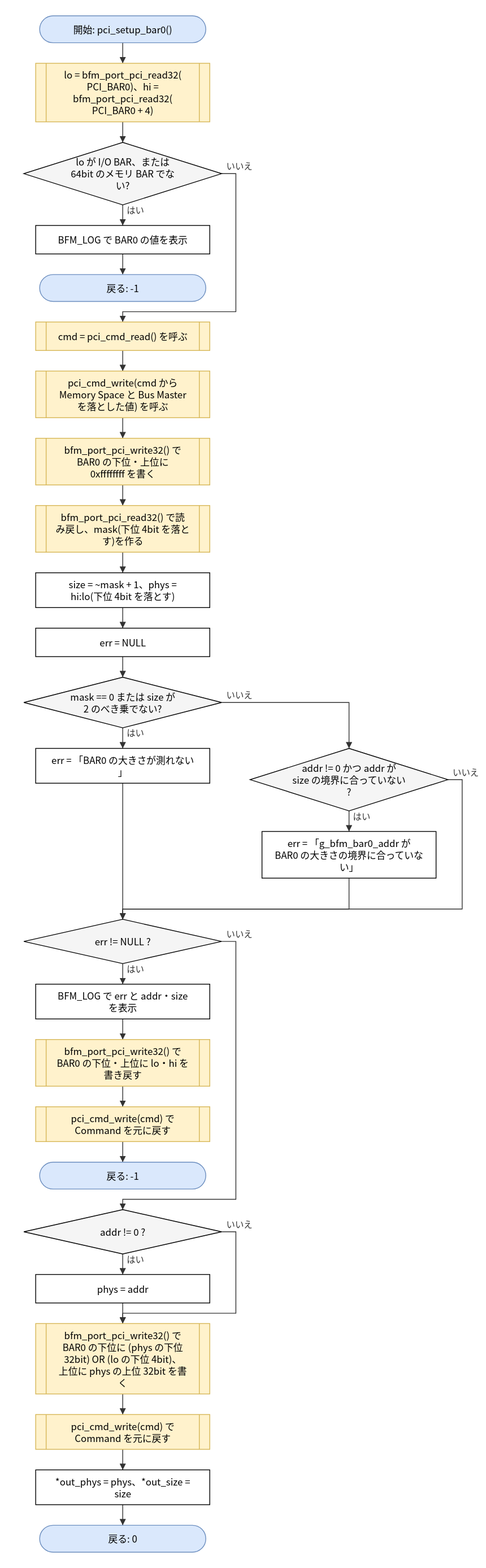
Earlier version of the draw.io export doc/spec/images/flow_src_bfm_pci__pci_setup_bar0.drawio.svg (hf355051012-ai/bfmem). Source tidied: cells renumbered, new cells last; positions are measured from the earlier drawing's top-left corner, leaving out a move shared by most shapes.
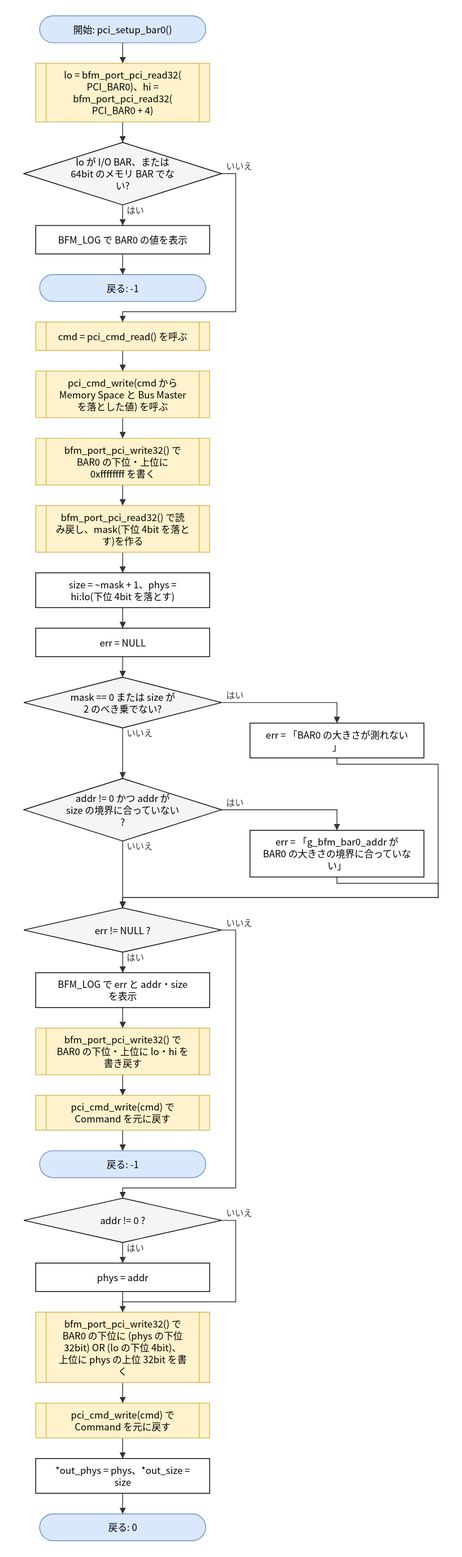
The same diagram one commit later.

The edit, as a diff of the source:
```diff
@@ -39,46 +39,46 @@
       <mxGeometry y="836" width="250" height="64" as="geometry" />
     </mxCell>
     <mxCell id="14" value="err = 「BAR0 の大きさが測れない&lt;br&gt;」" style="rounded=0;whiteSpace=wrap;html=1;" parent="1" vertex="1">
-      <mxGeometry x="15" y="926" width="220" height="44" as="geometry" />
+      <mxGeometry x="286" y="894" width="220" height="44" as="geometry" />
     </mxCell>
     <mxCell id="15" value="addr != 0 かつ addr が&lt;br&gt;size の境界に合っていない&lt;br&gt;?" style="rhombus;whiteSpace=wrap;html=1;fillColor=#f5f5f5;" parent="1" vertex="1">
-      <mxGeometry x="286" y="926" width="250" height="79" as="geometry" />
+      <mxGeometry y="964" width="250" height="79" as="geometry" />
     </mxCell>
     <mxCell id="16" value="err = 「g_bfm_bar0_addr が&lt;br&gt;BAR0 の大きさの境界に合っていな&lt;br&gt;い」" style="rounded=0;whiteSpace=wrap;html=1;" parent="1" vertex="1">
-      <mxGeometry x="301" y="1031" width="220" height="59" as="geometry" />
+      <mxGeometry x="286" y="1029.5" width="220" height="59" as="geometry" />
     </mxCell>
     <mxCell id="17" value="err != NULL ?" style="rhombus;whiteSpace=wrap;html=1;fillColor=#f5f5f5;" parent="1" vertex="1">
-      <mxGeometry y="1142" width="250" height="56" as="geometry" />
+      <mxGeometry y="1127.5" width="250" height="56" as="geometry" />
     </mxCell>
     <mxCell id="18" value="BFM_LOG で err と addr・size&lt;br&gt;を表示" style="rounded=0;whiteSpace=wrap;html=1;" parent="1" vertex="1">
-      <mxGeometry x="15" y="1224" width="220" height="44" as="geometry" />
+      <mxGeometry x="15" y="1209.5" width="220" height="44" as="geometry" />
     </mxCell>
     <mxCell id="19" value="bfm_port_pci_write32() で&lt;br&gt;BAR0 の下位・上位に lo・hi を&lt;br&gt;書き戻す" style="shape=process;whiteSpace=wrap;html=1;backgroundOutline=1;size=0.06;fillColor=#fff2cc;strokeColor=#d6b656;" parent="1" vertex="1">
-      <mxGeometry x="15" y="1294" width="220" height="59" as="geometry" />
+      <mxGeometry x="15" y="1279.5" width="220" height="59" as="geometry" />
     </mxCell>
     <mxCell id="20" value="pci_cmd_write(cmd) で&lt;br&gt;Command を元に戻す" style="shape=process;whiteSpace=wrap;html=1;backgroundOutline=1;size=0.06;fillColor=#fff2cc;strokeColor=#d6b656;" parent="1" vertex="1">
-      <mxGeometry x="15" y="1379" width="220" height="44" as="geometry" />
+      <mxGeometry x="15" y="1364.5" width="220" height="44" as="geometry" />
     </mxCell>
     <mxCell id="21" value="戻る: -1" style="rounded=1;arcSize=50;whiteSpace=wrap;html=1;fillColor=#dae8fc;strokeColor=#6c8ebf;" parent="1" vertex="1">
-      <mxGeometry x="20" y="1449" width="210" height="34" as="geometry" />
+      <mxGeometry x="20" y="1434.5" width="210" height="34" as="geometry" />
     </mxCell>
     <mxCell id="22" value="addr != 0 ?" style="rhombus;whiteSpace=wrap;html=1;fillColor=#f5f5f5;" parent="1" vertex="1">
-      <mxGeometry y="1509" width="250" height="56" as="geometry" />
+      <mxGeometry y="1494.5" width="250" height="56" as="geometry" />
     </mxCell>
     <mxCell id="23" value="phys = addr" style="rounded=0;whiteSpace=wrap;html=1;" parent="1" vertex="1">
-      <mxGeometry x="15" y="1591" width="220" height="36" as="geometry" />
+      <mxGeometry x="15" y="1576.5" width="220" height="36" as="geometry" />
     </mxCell>
     <mxCell id="24" value="bfm_port_pci_write32() で&lt;br&gt;BAR0 の下位に (phys の下位&lt;br&gt;32bit) OR (lo の下位 4bit)、&lt;br&gt;上位に phys の上位 32bit を書&lt;br&gt;く" style="shape=process;whiteSpace=wrap;html=1;backgroundOutline=1;size=0.06;fillColor=#fff2cc;strokeColor=#d6b656;" parent="1" vertex="1">
-      <mxGeometry x="15" y="1653" width="220" height="89" as="geometry" />
+      <mxGeometry x="15" y="1638.5" width="220" height="89" as="geometry" />
     </mxCell>
     <mxCell id="25" value="pci_cmd_write(cmd) で&lt;br&gt;Command を元に戻す" style="shape=process;whiteSpace=wrap;html=1;backgroundOutline=1;size=0.06;fillColor=#fff2cc;strokeColor=#d6b656;" parent="1" vertex="1">
-      <mxGeometry x="15" y="1768" width="220" height="44" as="geometry" />
+      <mxGeometry x="15" y="1753.5" width="220" height="44" as="geometry" />
     </mxCell>
     <mxCell id="26" value="*out_phys = phys、*out_size =&lt;br&gt;size" style="rounded=0;whiteSpace=wrap;html=1;" parent="1" vertex="1">
-      <mxGeometry x="15" y="1838" width="220" height="44" as="geometry" />
+      <mxGeometry x="15" y="1823.5" width="220" height="44" as="geometry" />
     </mxCell>
     <mxCell id="27" value="戻る: 0" style="rounded=1;arcSize=50;whiteSpace=wrap;html=1;fillColor=#dae8fc;strokeColor=#6c8ebf;" parent="1" vertex="1">
-      <mxGeometry x="20" y="1908" width="210" height="34" as="geometry" />
+      <mxGeometry x="20" y="1893.5" width="210" height="34" as="geometry" />
     </mxCell>
     <mxCell id="28" style="edgeStyle=none;html=1;rounded=0;endArrow=block;endFill=1;exitX=0.5000;exitY=1.0000;exitDx=0;exitDy=0;exitPerimeter=0;entryX=0.5000;entryY=0.0000;entryDx=0;entryDy=0;entryPerimeter=0;" parent="1" edge="1" source="2" target="3">
       <mxGeometry relative="1" as="geometry" />
@@ -119,36 +119,43 @@
     <mxCell id="38" style="edgeStyle=none;html=1;rounded=0;endArrow=block;endFill=1;exitX=0.5000;exitY=1.0000;exitDx=0;exitDy=0;exitPerimeter=0;entryX=0.5000;entryY=0.0000;entryDx=0;entryDy=0;entryPerimeter=0;" parent="1" edge="1" source="12" target="13">
       <mxGeometry relative="1" as="geometry" />
     </mxCell>
-    <mxCell id="39" value="はい" style="edgeStyle=none;html=1;rounded=0;endArrow=block;endFill=1;exitX=0.5000;exitY=1.0000;exitDx=0;exitDy=0;exitPerimeter=0;entryX=0.5000;entryY=0.0000;entryDx=0;entryDy=0;entryPerimeter=0;" parent="1" edge="1" source="13" target="14">
-      <mxGeometry relative="1" as="geometry" />
+    <mxCell id="39" value="はい" style="edgeStyle=none;html=1;rounded=0;endArrow=block;endFill=1;exitX=1.0000;exitY=0.5000;exitDx=0;exitDy=0;exitPerimeter=0;entryX=0.5000;entryY=0.0000;entryDx=0;entryDy=0;entryPerimeter=0;" parent="1" edge="1" source="13" target="14">
+      <mxGeometry relative="1" as="geometry">
+        <Array as="points">
+          <mxPoint x="396" y="868" />
+        </Array>
+      </mxGeometry>
     </mxCell>
-    <mxCell id="40" value="いいえ" style="edgeStyle=none;html=1;rounded=0;endArrow=block;endFill=1;exitX=1.0000;exitY=0.5000;exitDx=0;exitDy=0;exitPerimeter=0;entryX=0.5000;entryY=0.0000;entryDx=0;entryDy=0;entryPerimeter=0;" parent="1" edge="1" source="13" target="15">
-      <mxGeometry relative="1" as="geometry">
-        <Array as="points">
-          <mxPoint x="411" y="868" />
-        </Array>
-      </mxGeometry>
+    <mxCell id="40" value="いいえ" style="edgeStyle=none;html=1;rounded=0;endArrow=block;endFill=1;exitX=0.5000;exitY=1.0000;exitDx=0;exitDy=0;exitPerimeter=0;entryX=0.5000;entryY=0.0000;entryDx=0;entryDy=0;entryPerimeter=0;" parent="1" edge="1" source="13" target="15">
+      <mxGeometry relative="1" as="geometry" />
     </mxCell>
-    <mxCell id="41" value="はい" style="edgeStyle=none;html=1;rounded=0;endArrow=block;endFill=1;exitX=0.5000;exitY=1.0000;exitDx=0;exitDy=0;exitPerimeter=0;entryX=0.5000;entryY=0.0000;entryDx=0;entryDy=0;entryPerimeter=0;" parent="1" edge="1" source="15" target="16">
-      <mxGeometry relative="1" as="geometry" />
+    <mxCell id="41" value="はい" style="edgeStyle=none;html=1;rounded=0;endArrow=block;endFill=1;exitX=1.0000;exitY=0.5000;exitDx=0;exitDy=0;exitPerimeter=0;entryX=0.5000;entryY=0.0000;entryDx=0;entryDy=0;entryPerimeter=0;" parent="1" edge="1" source="15" target="16">
+      <mxGeometry relative="1" as="geometry">
+        <Array as="points">
+          <mxPoint x="396" y="1003.5" />
+        </Array>
+      </mxGeometry>
     </mxCell>
-    <mxCell id="42" style="edgeStyle=none;html=1;rounded=0;endArrow=block;endFill=1;exitX=0.5000;exitY=1.0000;exitDx=0;exitDy=0;exitPerimeter=0;entryX=0.5000;entryY=0.0000;entryDx=0;entryDy=0;entryPerimeter=0;" parent="1" edge="1" source="14" target="17">
+    <mxCell id="42" value="いいえ" style="edgeStyle=none;html=1;rounded=0;endArrow=block;endFill=1;exitX=0.5000;exitY=1.0000;exitDx=0;exitDy=0;exitPerimeter=0;entryX=0.5000;entryY=0.0000;entryDx=0;entryDy=0;entryPerimeter=0;" parent="1" edge="1" source="15" target="17">
       <mxGeometry relative="1" as="geometry" />
     </mxCell>
-    <mxCell id="43" style="edgeStyle=none;html=1;rounded=0;endArrow=block;endFill=1;exitX=0.5000;exitY=1.0000;exitDx=0;exitDy=0;exitPerimeter=0;entryX=0.5000;entryY=0.0000;entryDx=0;entryDy=0;entryPerimeter=0;" parent="1" edge="1" source="16" target="17">
+    <mxCell id="43" style="edgeStyle=none;html=1;rounded=0;endArrow=block;endFill=1;exitX=0.5000;exitY=1.0000;exitDx=0;exitDy=0;exitPerimeter=0;entryX=0.5000;entryY=0.0000;entryDx=0;entryDy=0;entryPerimeter=0;" parent="1" edge="1" source="14" target="17">
       <mxGeometry relative="1" as="geometry">
         <Array as="points">
-          <mxPoint x="411" y="1129" />
-          <mxPoint x="125" y="1129" />
+          <mxPoint x="396" y="946" />
+          <mxPoint x="524" y="946" />
+          <mxPoint x="524" y="1114.5" />
+          <mxPoint x="125" y="1114.5" />
         </Array>
       </mxGeometry>
     </mxCell>
-    <mxCell id="44" value="いいえ" style="edgeStyle=none;html=1;rounded=0;endArrow=block;endFill=1;exitX=1.0000;exitY=0.5000;exitDx=0;exitDy=0;exitPerimeter=0;entryX=0.5000;entryY=0.0000;entryDx=0;entryDy=0;entryPerimeter=0;" parent="1" edge="1" source="15" target="17">
+    <mxCell id="44" style="edgeStyle=none;html=1;rounded=0;endArrow=block;endFill=1;exitX=0.5000;exitY=1.0000;exitDx=0;exitDy=0;exitPerimeter=0;entryX=0.5000;entryY=0.0000;entryDx=0;entryDy=0;entryPerimeter=0;" parent="1" edge="1" source="16" target="17">
       <mxGeometry relative="1" as="geometry">
         <Array as="points">
-          <mxPoint x="554" y="965.5" />
-          <mxPoint x="554" y="1129" />
-          <mxPoint x="125" y="1129" />
+          <mxPoint x="396" y="1096.5" />
+          <mxPoint x="524" y="1096.5" />
+          <mxPoint x="524" y="1114.5" />
+          <mxPoint x="125" y="1114.5" />
         </Array>
       </mxGeometry>
     </mxCell>
@@ -167,9 +174,9 @@
     <mxCell id="49" value="いいえ" style="edgeStyle=none;html=1;rounded=0;endArrow=block;endFill=1;exitX=1.0000;exitY=0.5000;exitDx=0;exitDy=0;exitPerimeter=0;entryX=0.5000;entryY=0.0000;entryDx=0;entryDy=0;entryPerimeter=0;" parent="1" edge="1" source="17" target="22">
       <mxGeometry relative="1" as="geometry">
         <Array as="points">
-          <mxPoint x="268" y="1170" />
-          <mxPoint x="268" y="1496" />
-          <mxPoint x="125" y="1496" />
+          <mxPoint x="268" y="1155.5" />
+          <mxPoint x="268" y="1481.5" />
+          <mxPoint x="125" y="1481.5" />
         </Array>
       </mxGeometry>
     </mxCell>
@@ -182,9 +189,9 @@
     <mxCell id="52" value="いいえ" style="edgeStyle=none;html=1;rounded=0;endArrow=block;endFill=1;exitX=1.0000;exitY=0.5000;exitDx=0;exitDy=0;exitPerimeter=0;entryX=0.5000;entryY=0.0000;entryDx=0;entryDy=0;entryPerimeter=0;" parent="1" edge="1" source="22" target="24">
       <mxGeometry relative="1" as="geometry">
         <Array as="points">
-          <mxPoint x="268" y="1537" />
-          <mxPoint x="268" y="1640" />
-          <mxPoint x="125" y="1640" />
+          <mxPoint x="268" y="1522.5" />
+          <mxPoint x="268" y="1625.5" />
+          <mxPoint x="125" y="1625.5" />
         </Array>
       </mxGeometry>
     </mxCell>
```
